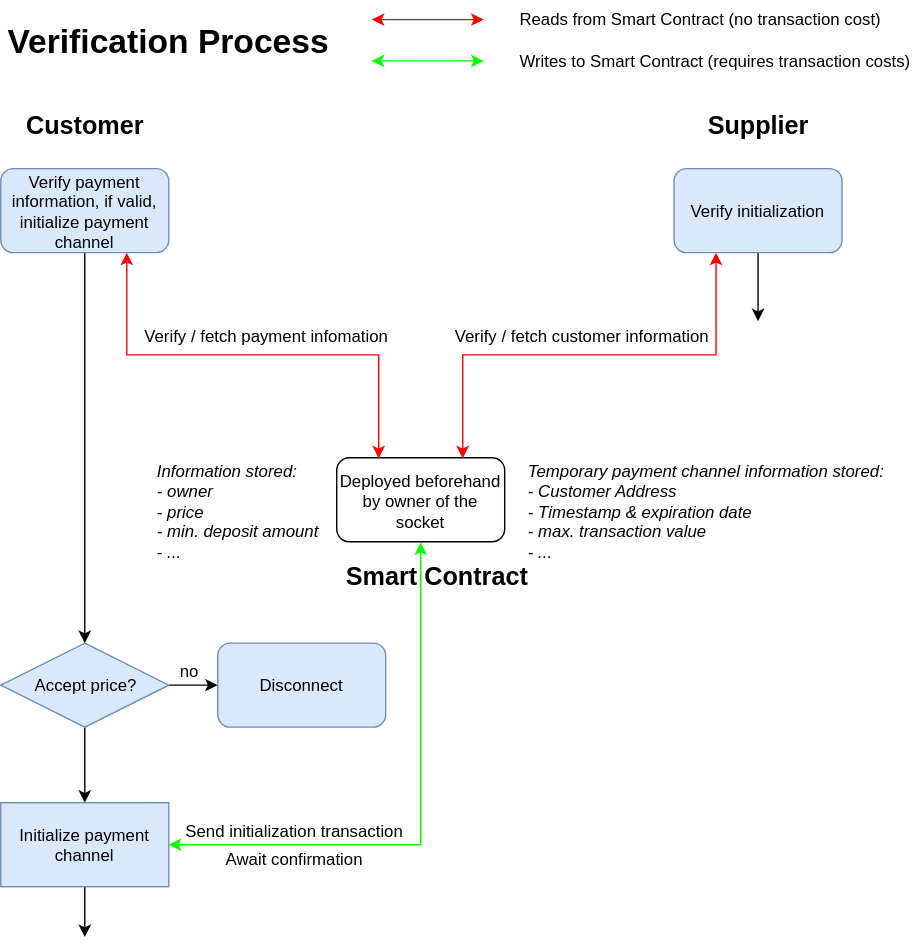
gretzke/Blockchain-Based-Smart-Outlet keeps this draw.io diagram as flowcharts/Plug-Socket-verification_process.svg. Above is the earlier version. Source tidied: cells renumbered, new cells last; positions are measured from the earlier drawing's top-left corner, leaving out a move shared by most shapes.
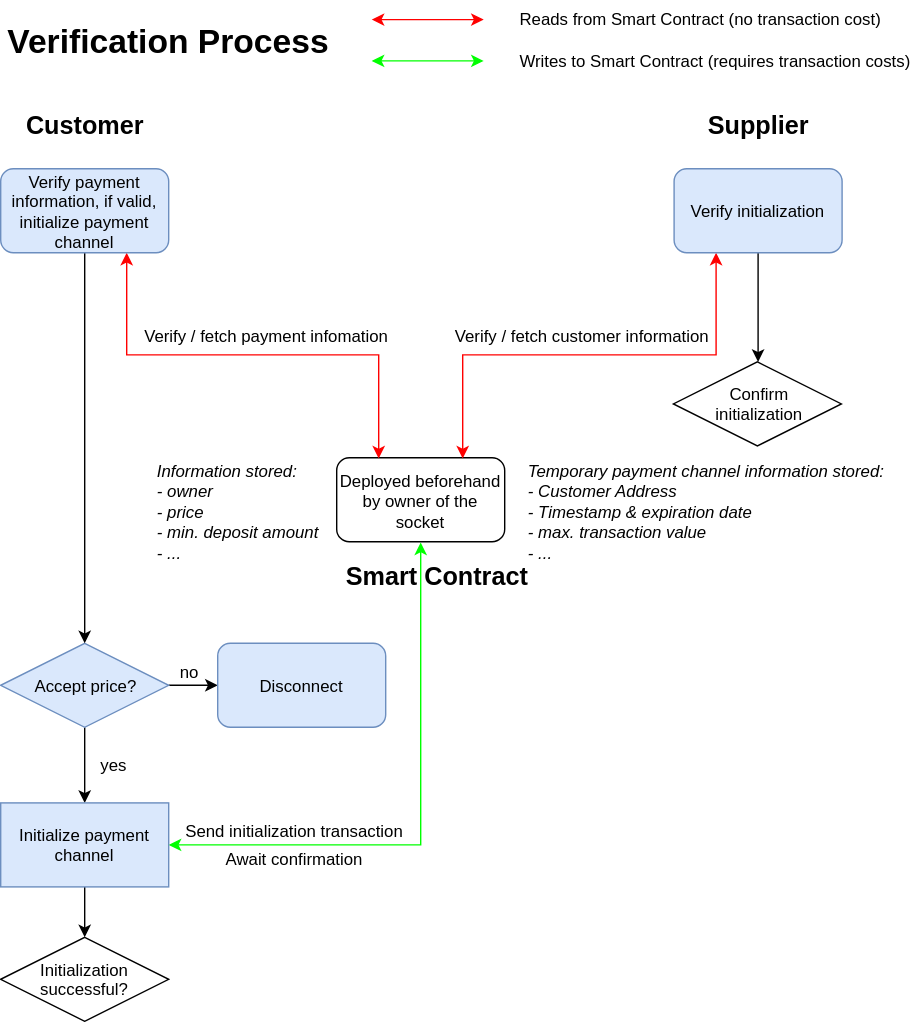
After the commit.

Change to the diagram source:
```diff
@@ -23,10 +23,8 @@
     <mxCell id="8" style="edgeStyle=orthogonalEdgeStyle;rounded=0;jettySize=auto;html=1;exitX=1;exitY=0.5;exitDx=0;exitDy=0;entryX=0.5;entryY=1;entryDx=0;entryDy=0;startArrow=classic;startFill=1;endArrow=classic;endFill=1;strokeColor=#00FF00;" parent="1" edge="1" source="10" target="2">
       <mxGeometry relative="1" as="geometry" />
     </mxCell>
-    <mxCell id="9" style="edgeStyle=orthogonalEdgeStyle;rounded=0;jettySize=auto;html=1;exitX=0.5;exitY=1;exitDx=0;exitDy=0;startArrow=none;startFill=0;endArrow=classic;endFill=1;strokeColor=#000000;" parent="1" edge="1" source="10">
-      <mxGeometry relative="1" as="geometry">
-        <mxPoint x="60" y="665" as="targetPoint" />
-      </mxGeometry>
+    <mxCell id="9" style="edgeStyle=orthogonalEdgeStyle;rounded=0;jettySize=auto;html=1;exitX=0.5;exitY=1;exitDx=0;exitDy=0;startArrow=none;startFill=0;endArrow=classic;endFill=1;strokeColor=#000000;entryX=0.5;entryY=0;entryDx=0;entryDy=0;" parent="1" edge="1" source="10" target="31">
+      <mxGeometry relative="1" as="geometry" />
     </mxCell>
     <mxCell id="10" value="Initialize payment channel" style="rounded=0;whiteSpace=wrap;html=1;fillColor=#dae8fc;strokeColor=#6c8ebf;" parent="1" vertex="1">
       <mxGeometry y="569" width="120" height="60" as="geometry" />
@@ -76,10 +74,8 @@
     <mxCell id="23" style="edgeStyle=orthogonalEdgeStyle;rounded=0;jettySize=auto;html=1;exitX=0.25;exitY=1;exitDx=0;exitDy=0;entryX=0.75;entryY=0;entryDx=0;entryDy=0;startArrow=classic;startFill=1;endArrow=classic;endFill=1;strokeColor=#FF0000;" parent="1" edge="1" source="25" target="2">
       <mxGeometry relative="1" as="geometry" />
     </mxCell>
-    <mxCell id="24" style="edgeStyle=orthogonalEdgeStyle;rounded=0;jettySize=auto;html=1;exitX=0.5;exitY=1;exitDx=0;exitDy=0;startArrow=none;startFill=0;endArrow=classic;endFill=1;strokeColor=#000000;" parent="1" edge="1" source="25">
-      <mxGeometry relative="1" as="geometry">
-        <mxPoint x="541" y="225" as="targetPoint" />
-      </mxGeometry>
+    <mxCell id="24" style="edgeStyle=orthogonalEdgeStyle;rounded=0;jettySize=auto;html=1;exitX=0.5;exitY=1;exitDx=0;exitDy=0;startArrow=none;startFill=0;endArrow=classic;endFill=1;strokeColor=#000000;entryX=0.5;entryY=0;entryDx=0;entryDy=0;" parent="1" edge="1" source="25" target="32">
+      <mxGeometry relative="1" as="geometry" />
     </mxCell>
     <mxCell id="25" value="Verify initialization" style="rounded=1;whiteSpace=wrap;html=1;fillColor=#dae8fc;strokeColor=#6c8ebf;" parent="1" vertex="1">
       <mxGeometry x="481" y="116" width="120" height="60" as="geometry" />
@@ -99,5 +95,14 @@
     <mxCell id="30" value="&lt;font style=&quot;font-size: 18px&quot;&gt;&lt;b&gt;Smart Contract&lt;/b&gt;&lt;/font&gt;" style="text;html=1;strokeColor=none;fillColor=none;align=center;verticalAlign=middle;whiteSpace=wrap;rounded=0;" parent="1" vertex="1">
       <mxGeometry x="236" y="397.5" width="150" height="20" as="geometry" />
     </mxCell>
+    <mxCell id="31" value="Initialization successful?&lt;br&gt;" style="rhombus;whiteSpace=wrap;html=1;" parent="1" vertex="1">
+      <mxGeometry y="665" width="120" height="60" as="geometry" />
+    </mxCell>
+    <mxCell id="32" value="Confirm&lt;br&gt;initialization" style="rhombus;whiteSpace=wrap;html=1;" parent="1" vertex="1">
+      <mxGeometry x="480.5" y="254" width="120" height="60" as="geometry" />
+    </mxCell>
+    <mxCell id="33" value="yes" style="text;html=1;strokeColor=none;fillColor=none;align=center;verticalAlign=middle;whiteSpace=wrap;rounded=0;" parent="1" vertex="1">
+      <mxGeometry x="60" y="532" width="40" height="20" as="geometry" />
+    </mxCell>
   </root>
 </mxGraphModel>
```
